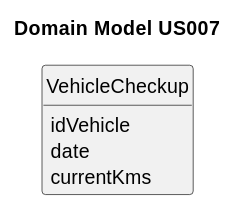
Above: docs/sprintB/us007/02.analysis/svg/us007-domain-model-Domain_Model_US007.svg in RicardoMorim/lapr2-ISEP-Project (PlantUML), before the change.
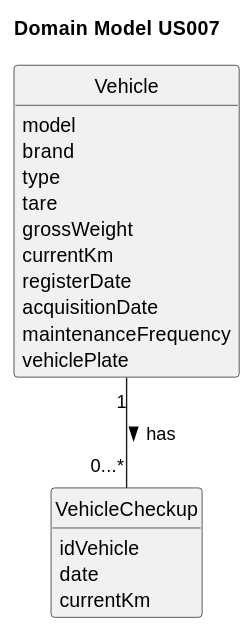
The same diagram one commit later.

Commit message:
corrected some mistakes from the analysis of us007 and 008

The edit, as a diff of the source:
```diff
@@ -13,6 +13,21 @@
 class VehicleCheckup {
     idVehicle
     date
-    currentKms
+    currentKm
 }
+
+class Vehicle {
+    model
+    brand
+    type
+    tare
+    grossWeight
+    currentKm
+    registerDate
+    acquisitionDate
+    maintenanceFrequency
+    vehiclePlate
+}
+
+Vehicle "1" -- "0...*" VehicleCheckup: has >
 @enduml
```
